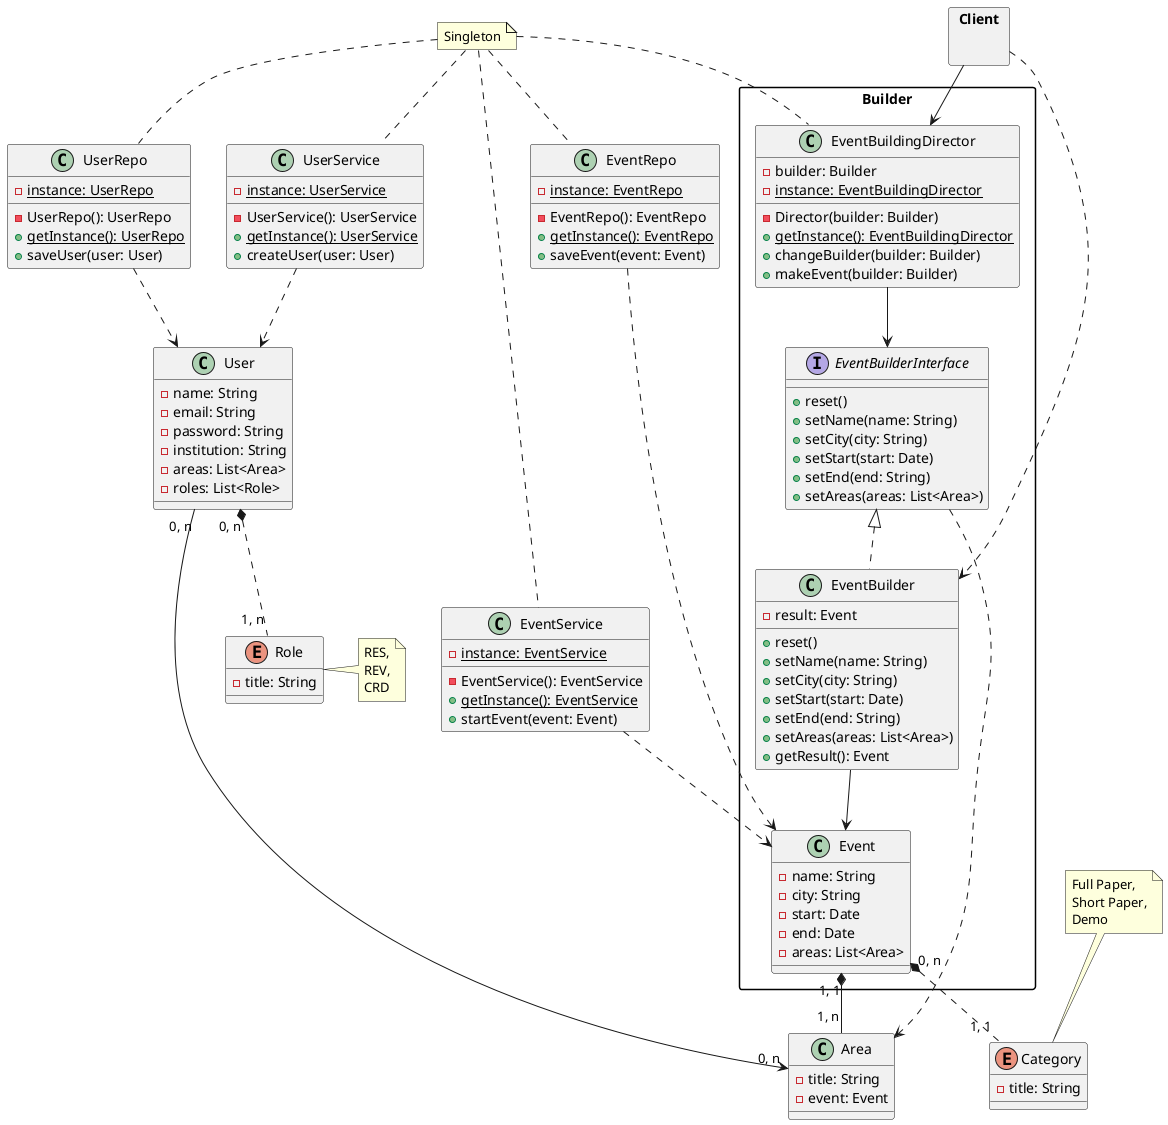
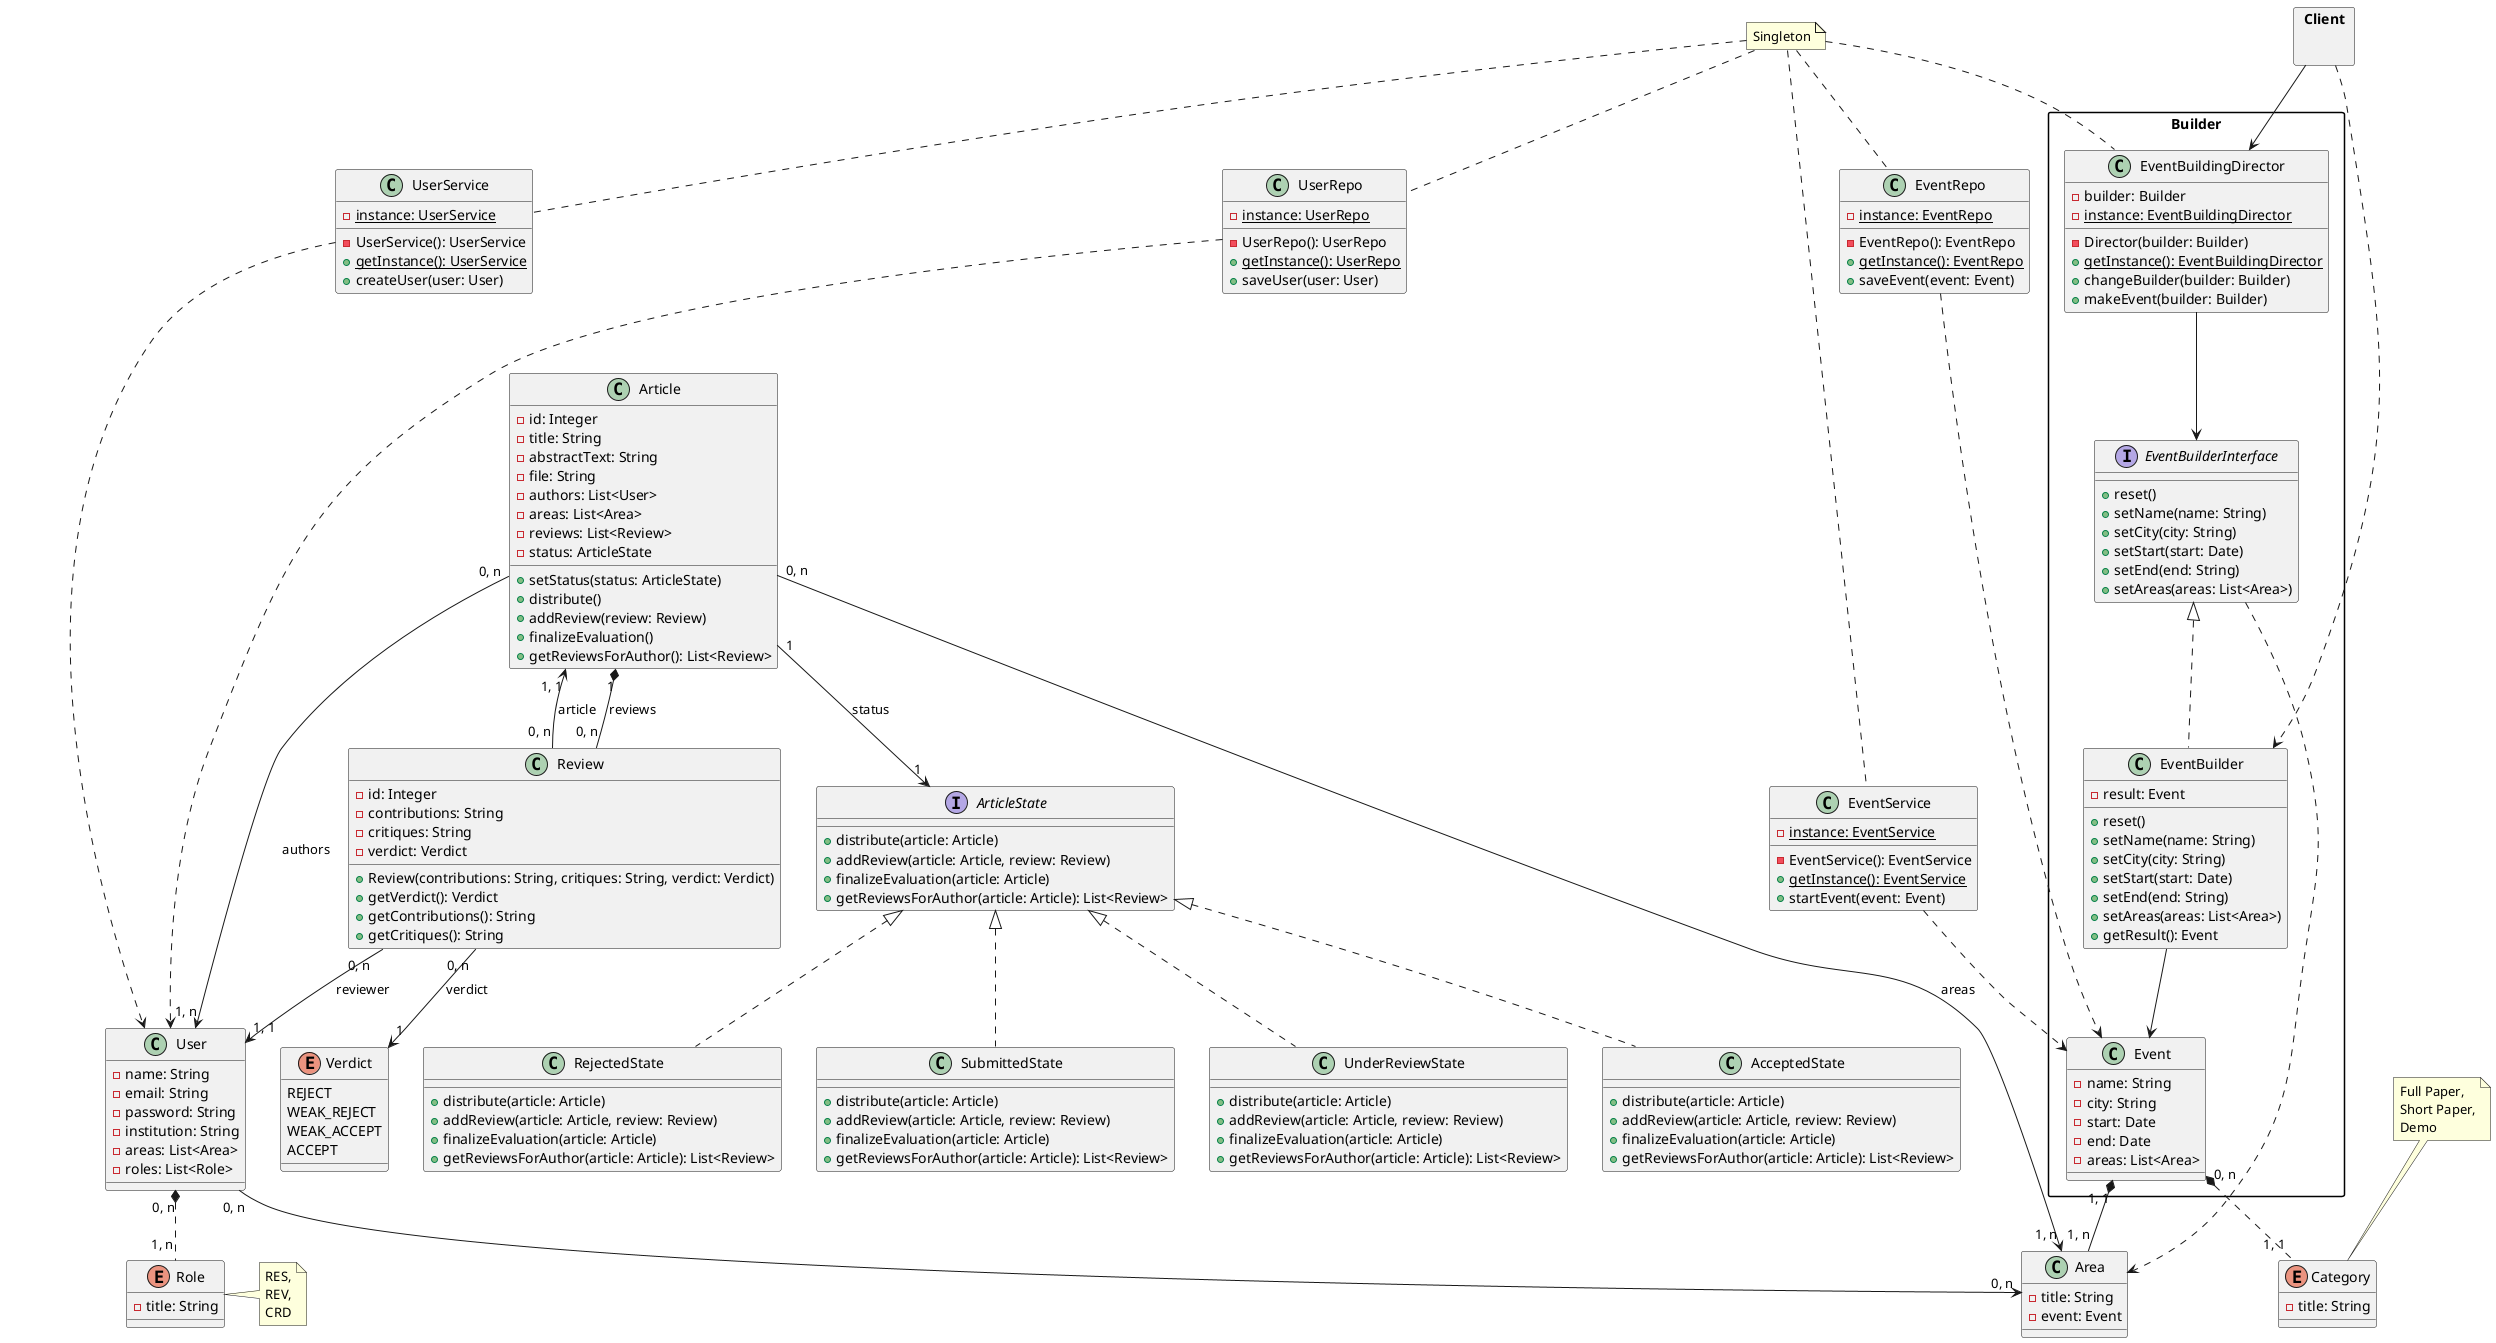
@startuml modelo

  enum Category {
    - title: String
  }
  note top: Full Paper,\nShort Paper,\nDemo

  class Area {
    - title: String
    - event: Event
  }

  skinparam packageStyle rectangle
  package Client {}

  package Builder {
    class Event {
      - name: String
      - city: String
      - start: Date
      - end: Date
      - areas: List<Area>
    }

    Event "1, 1" *-- "1, n" Area
    Event "0, n" *.. "1, 1" Category

    interface EventBuilderInterface {
      + reset()
      + setName(name: String)
      + setCity(city: String)
      + setStart(start: Date)
      + setEnd(end: String)
      + setAreas(areas: List<Area>)
    }


    class EventBuilder implements EventBuilderInterface {
      - result: Event
      + reset()
      + setName(name: String)
      + setCity(city: String)
      + setStart(start: Date)
      + setEnd(end: String)
      + setAreas(areas: List<Area>)
      + getResult(): Event
    }


    class EventBuildingDirector {
      - builder: Builder
      - {static} instance: EventBuildingDirector
      - Director(builder: Builder)
      + {static} getInstance(): EventBuildingDirector
      + changeBuilder(builder: Builder)
      + makeEvent(builder: Builder)
    }


    EventBuilderInterface ..> Area

    EventBuilder --> Event

    EventBuildingDirector --> EventBuilderInterface


    Client --> EventBuildingDirector
    Client ..> EventBuilder
  }

  class EventRepo {
    - {static} instance: EventRepo
    - EventRepo(): EventRepo
    + {static} getInstance(): EventRepo
    + saveEvent(event: Event)
  }

  class EventService {
    - {static} instance: EventService
    - EventService(): EventService
    + {static} getInstance(): EventService
    + startEvent(event: Event)
  }

  EventService ..> Event
  EventRepo ..> Event

  note "Singleton" as N1

  N1 .. EventService
  N1 .. EventRepo
  N1 .. UserService
  N1 .. UserRepo
  N1 .. EventBuildingDirector

  class User {
    - name: String
    - email: String
    - password: String
    - institution: String
    - areas: List<Area>
    - roles: List<Role>
  }

  User "0, n" --> "0, n" Area

  class UserRepo {
    - {static} instance: UserRepo
    - UserRepo(): UserRepo
    + {static} getInstance(): UserRepo
    + saveUser(user: User)
  }

  class UserService {
    - {static} instance: UserService
    - UserService(): UserService
    + {static} getInstance(): UserService
    + createUser(user: User)
  }

  UserService ..> User
  UserRepo ..> User


  enum Role {
    - title: String
  }
  note right: RES,\nREV,\nCRD

  User "0, n" *.. "1, n" Role

+   class Article {
+     - id: Integer
+     - title: String
+     - abstractText: String
+     - file: String
+     - authors: List<User>
+     - areas: List<Area>
+     - reviews: List<Review>
+     - status: ArticleState
+     + setStatus(status: ArticleState)
+     + distribute()
+     + addReview(review: Review)
+     + finalizeEvaluation()
+     + getReviewsForAuthor(): List<Review>
+   }
+ 
+   Article "0, n" --> "1, n" User : authors
+   Article "0, n" --> "1, n" Area : areas
+   Article "1" *-- "0, n" Review : reviews
+ 
+   enum Verdict {
+     REJECT
+     WEAK_REJECT
+     WEAK_ACCEPT
+     ACCEPT
+   }
+ 
+   class Review {
+     - id: Integer
+     - contributions: String
+     - critiques: String
+     - verdict: Verdict
+     + Review(contributions: String, critiques: String, verdict: Verdict)
+     + getVerdict(): Verdict
+     + getContributions(): String
+     + getCritiques(): String
+   }
+ 
+   Review "0, n" --> "1" Verdict : verdict
+   Review "0, n" --> "1, 1" User : reviewer
+   Review "0, n" --> "1, 1" Article : article
+ 
+   interface ArticleState {
+     + distribute(article: Article)
+     + addReview(article: Article, review: Review)
+     + finalizeEvaluation(article: Article)
+     + getReviewsForAuthor(article: Article): List<Review>
+   }
+ 
+   class SubmittedState implements ArticleState {
+     + distribute(article: Article)
+     + addReview(article: Article, review: Review)
+     + finalizeEvaluation(article: Article)
+     + getReviewsForAuthor(article: Article): List<Review>
+   }
+ 
+   class UnderReviewState implements ArticleState {
+     + distribute(article: Article)
+     + addReview(article: Article, review: Review)
+     + finalizeEvaluation(article: Article)
+     + getReviewsForAuthor(article: Article): List<Review>
+   }
+ 
+   class AcceptedState implements ArticleState {
+     + distribute(article: Article)
+     + addReview(article: Article, review: Review)
+     + finalizeEvaluation(article: Article)
+     + getReviewsForAuthor(article: Article): List<Review>
+   }
+ 
+   class RejectedState implements ArticleState {
+     + distribute(article: Article)
+     + addReview(article: Article, review: Review)
+     + finalizeEvaluation(article: Article)
+     + getReviewsForAuthor(article: Article): List<Review>
+   }
+ 
+   Article "1" --> "1" ArticleState : status
@enduml